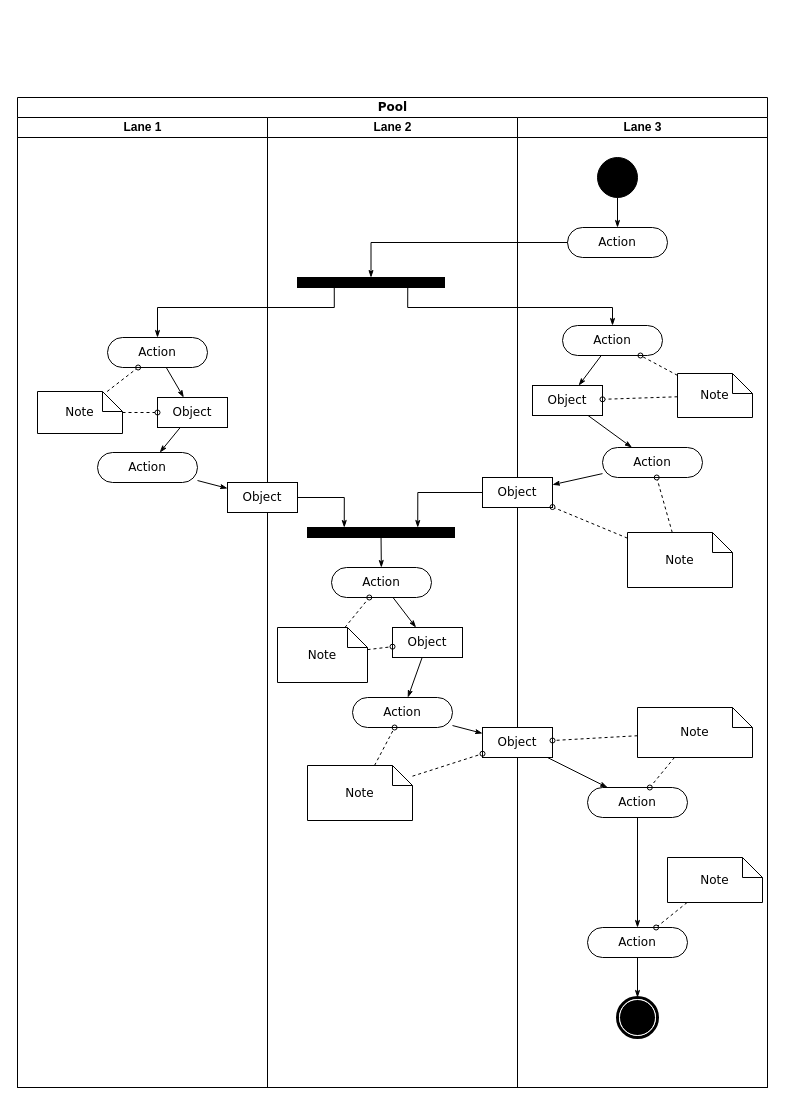
Before: Untitled Diagram.drawio in goroyo59/test, a draw.io diagram. Source tidied: cells renumbered, new cells numbered last; positions are measured from the earlier drawing's top-left corner, leaving out a move shared by most shapes. Both pictures are drawn from the tidied source at 100%, with x=0, y=0 at pixel (17, 97).
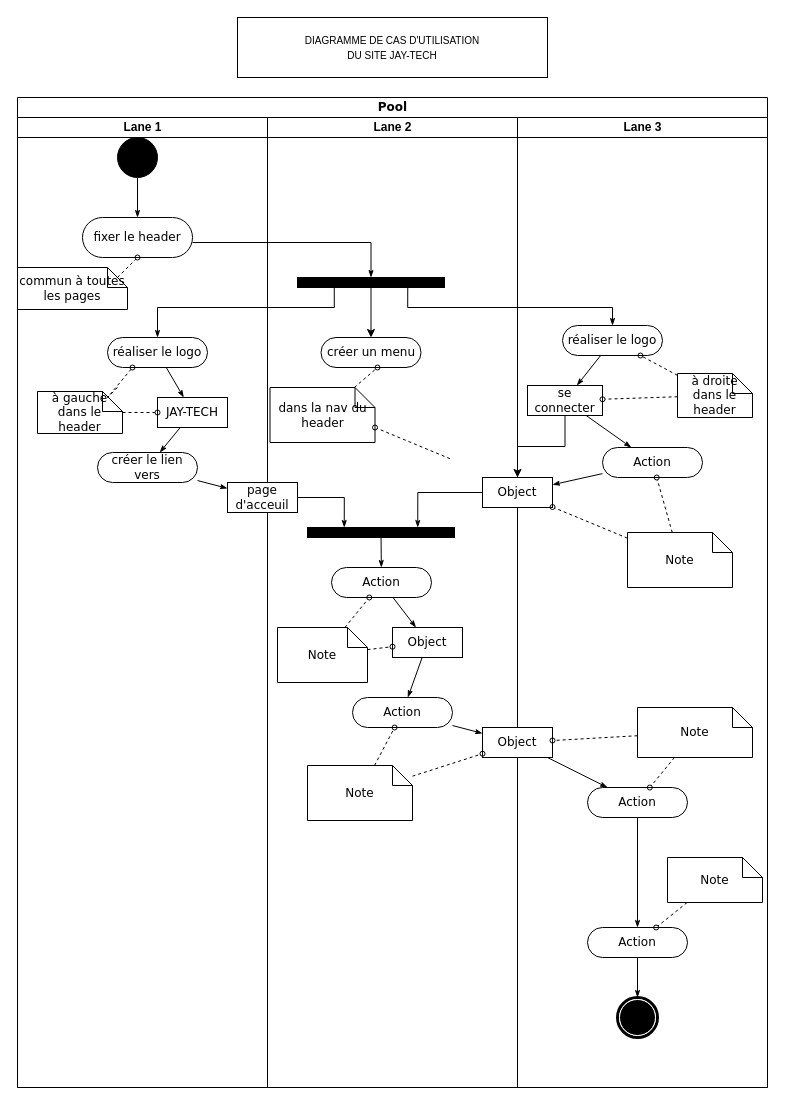
The same diagram, later.

Unchanged cells that the change refers to:
```xml
<mxCell id="3" value="Lane 1" style="swimlane;html=1;startSize=20;" parent="2" vertex="1">
  <mxGeometry y="20" width="250" height="970" as="geometry" />
</mxCell>
<mxCell id="12" value="Lane 2" style="swimlane;html=1;startSize=20;" parent="2" vertex="1">
  <mxGeometry x="250" y="20" width="250" height="970" as="geometry" />
</mxCell>
<mxCell id="13" style="whiteSpace=wrap;html=1;rounded=0;shadow=0;comic=0;labelBackgroundColor=none;strokeWidth=1;fillColor=#000000;fontFamily=Verdana;fontSize=12;align=center;rotation=0;" parent="12" vertex="1">
  <mxGeometry x="30" y="160" width="147" height="10" as="geometry" />
</mxCell>
<mxCell id="28" value="Lane 3" style="swimlane;html=1;startSize=20;" parent="2" vertex="1">
  <mxGeometry x="500" y="20" width="250" height="970" as="geometry" />
</mxCell>
<mxCell id="38" value="Object" style="rounded=0;whiteSpace=wrap;html=1;shadow=0;comic=0;labelBackgroundColor=none;strokeWidth=1;fontFamily=Verdana;fontSize=12;align=center;arcSize=50;" parent="28" vertex="1">
  <mxGeometry x="-35" y="360" width="70" height="30" as="geometry" />
</mxCell>
```

Change to the diagram source:
```diff
@@
-    <mxCell id="5" value="Action" style="rounded=1;whiteSpace=wrap;html=1;shadow=0;comic=0;labelBackgroundColor=none;strokeWidth=1;fontFamily=Verdana;fontSize=12;align=center;arcSize=50;" parent="3" vertex="1">
+    <mxCell id="5" value="réaliser le logo " style="rounded=1;whiteSpace=wrap;html=1;shadow=0;comic=0;labelBackgroundColor=none;strokeWidth=1;fontFamily=Verdana;fontSize=12;align=center;arcSize=50;" parent="3" vertex="1">
       <mxGeometry x="90" y="220" width="100" height="30" as="geometry" />
     </mxCell>
-    <mxCell id="6" value="Action" style="rounded=1;whiteSpace=wrap;html=1;shadow=0;comic=0;labelBackgroundColor=none;strokeWidth=1;fontFamily=Verdana;fontSize=12;align=center;arcSize=50;" parent="3" vertex="1">
+    <mxCell id="6" value="créer le lien vers" style="rounded=1;whiteSpace=wrap;html=1;shadow=0;comic=0;labelBackgroundColor=none;strokeWidth=1;fontFamily=Verdana;fontSize=12;align=center;arcSize=50;" parent="3" vertex="1">
       <mxGeometry x="80" y="335" width="100" height="30" as="geometry" />
     </mxCell>
@@
-    <mxCell id="8" value="Object" style="rounded=0;whiteSpace=wrap;html=1;shadow=0;comic=0;labelBackgroundColor=none;strokeWidth=1;fontFamily=Verdana;fontSize=12;align=center;arcSize=50;" parent="3" vertex="1">
+    <mxCell id="8" value="JAY-TECH" style="rounded=0;whiteSpace=wrap;html=1;shadow=0;comic=0;labelBackgroundColor=none;strokeWidth=1;fontFamily=Verdana;fontSize=12;align=center;arcSize=50;" parent="3" vertex="1">
       <mxGeometry x="140" y="280" width="70" height="30" as="geometry" />
     </mxCell>
-    <mxCell id="9" style="edgeStyle=none;rounded=0;html=1;labelBackgroundColor=none;startArrow=none;startFill=0;startSize=5;endArrow=oval;endFill=0;endSize=5;jettySize=auto;strokeWidth=1;fontFamily=Verdana;fontSize=12;dashed=1;" parent="3" edge="1" source="11" target="5">
-      <mxGeometry relative="1" as="geometry" />
-    </mxCell>
@@
-    <mxCell id="11" value="Note" style="shape=note;whiteSpace=wrap;html=1;rounded=0;shadow=0;comic=0;labelBackgroundColor=none;strokeWidth=1;fontFamily=Verdana;fontSize=12;align=center;size=20;" parent="3" vertex="1">
+    <mxCell id="11" value="à gauche dans le header" style="shape=note;whiteSpace=wrap;html=1;rounded=0;shadow=0;comic=0;labelBackgroundColor=none;strokeWidth=1;fontFamily=Verdana;fontSize=12;align=center;size=20;" parent="3" vertex="1">
       <mxGeometry x="20" y="274" width="85" height="42" as="geometry" />
     </mxCell>
+    <mxCell id="30" style="ellipse;whiteSpace=wrap;html=1;rounded=0;shadow=0;comic=0;labelBackgroundColor=none;strokeWidth=1;fillColor=#000000;fontFamily=Verdana;fontSize=12;align=center;" parent="3" vertex="1">
+      <mxGeometry x="100" y="20" width="40" height="40" as="geometry" />
+    </mxCell>
+    <mxCell id="31" value="fixer le header" style="rounded=1;whiteSpace=wrap;html=1;shadow=0;comic=0;labelBackgroundColor=none;strokeWidth=1;fontFamily=Verdana;fontSize=12;align=center;arcSize=50;" parent="3" vertex="1">
+      <mxGeometry x="65" y="100" width="110" height="40" as="geometry" />
+    </mxCell>
+    <mxCell id="29" style="edgeStyle=orthogonalEdgeStyle;rounded=0;html=1;labelBackgroundColor=none;startArrow=none;startFill=0;startSize=5;endArrow=classicThin;endFill=1;endSize=5;jettySize=auto;strokeWidth=1;fontFamily=Verdana;fontSize=12;" parent="3" edge="1" source="30" target="31">
+      <mxGeometry relative="1" as="geometry" />
+    </mxCell>
+    <mxCell id="64" value="commun à toutes les pages" style="shape=note;whiteSpace=wrap;html=1;rounded=0;shadow=0;comic=0;labelBackgroundColor=none;strokeWidth=1;fontFamily=Verdana;fontSize=12;align=center;size=20;" parent="3" vertex="1">
+      <mxGeometry y="150" width="110" height="42" as="geometry" />
+    </mxCell>
@@
-    <mxCell id="19" value="Object" style="rounded=0;whiteSpace=wrap;html=1;shadow=0;comic=0;labelBackgroundColor=none;strokeWidth=1;fontFamily=Verdana;fontSize=12;align=center;arcSize=50;" parent="12" vertex="1">
+    <mxCell id="19" value="page d'acceuil" style="rounded=0;whiteSpace=wrap;html=1;shadow=0;comic=0;labelBackgroundColor=none;strokeWidth=1;fontFamily=Verdana;fontSize=12;align=center;arcSize=50;" parent="12" vertex="1">
       <mxGeometry x="-40" y="365" width="70" height="30" as="geometry" />
     </mxCell>
@@
+    <mxCell id="65" value="créer un menu" style="rounded=1;whiteSpace=wrap;html=1;shadow=0;comic=0;labelBackgroundColor=none;strokeWidth=1;fontFamily=Verdana;fontSize=12;align=center;arcSize=50;" parent="12" vertex="1">
+      <mxGeometry x="53.5" y="220" width="100" height="30" as="geometry" />
+    </mxCell>
+    <mxCell id="66" style="endArrow=classic;html=1;exitX=0.5;exitY=1;exitDx=0;exitDy=0;entryX=0.5;entryY=0;entryDx=0;entryDy=0;" parent="12" edge="1" source="13" target="65">
+      <mxGeometry relative="1" as="geometry" />
+    </mxCell>
+    <mxCell id="67" value="dans la nav du header" style="shape=note;whiteSpace=wrap;html=1;rounded=0;shadow=0;comic=0;labelBackgroundColor=none;strokeWidth=1;fontFamily=Verdana;fontSize=12;align=center;size=20;" parent="12" vertex="1">
+      <mxGeometry x="2.5" y="270" width="105" height="55" as="geometry" />
+    </mxCell>
+    <mxCell id="68" style="edgeStyle=none;rounded=0;html=1;dashed=1;labelBackgroundColor=none;startArrow=none;startFill=0;startSize=5;endArrow=oval;endFill=0;endSize=5;jettySize=auto;orthogonalLoop=1;strokeWidth=1;fontFamily=Verdana;fontSize=12;" parent="12" edge="1">
+      <mxGeometry relative="1" as="geometry">
+        <mxPoint x="182.5" y="341.2" as="sourcePoint" />
+        <mxPoint x="107.5" y="310" as="targetPoint" />
+      </mxGeometry>
+    </mxCell>
@@
-    <mxCell id="29" style="edgeStyle=orthogonalEdgeStyle;rounded=0;html=1;labelBackgroundColor=none;startArrow=none;startFill=0;startSize=5;endArrow=classicThin;endFill=1;endSize=5;jettySize=auto;strokeWidth=1;fontFamily=Verdana;fontSize=12;" parent="28" edge="1" source="30" target="31">
-      <mxGeometry relative="1" as="geometry" />
-    </mxCell>
-    <mxCell id="30" style="ellipse;whiteSpace=wrap;html=1;rounded=0;shadow=0;comic=0;labelBackgroundColor=none;strokeWidth=1;fillColor=#000000;fontFamily=Verdana;fontSize=12;align=center;" parent="28" vertex="1">
-      <mxGeometry x="80" y="40" width="40" height="40" as="geometry" />
-    </mxCell>
-    <mxCell id="31" value="Action" style="rounded=1;whiteSpace=wrap;html=1;shadow=0;comic=0;labelBackgroundColor=none;strokeWidth=1;fontFamily=Verdana;fontSize=12;align=center;arcSize=50;" parent="28" vertex="1">
-      <mxGeometry x="50" y="110" width="100" height="30" as="geometry" />
-    </mxCell>
@@
-    <mxCell id="33" value="Action" style="rounded=1;whiteSpace=wrap;html=1;shadow=0;comic=0;labelBackgroundColor=none;strokeWidth=1;fontFamily=Verdana;fontSize=12;align=center;arcSize=50;" parent="28" vertex="1">
+    <mxCell id="33" value="réaliser le logo" style="rounded=1;whiteSpace=wrap;html=1;shadow=0;comic=0;labelBackgroundColor=none;strokeWidth=1;fontFamily=Verdana;fontSize=12;align=center;arcSize=50;" parent="28" vertex="1">
       <mxGeometry x="45" y="208" width="100" height="30" as="geometry" />
     </mxCell>
@@
+    <mxCell id="69" style="edgeStyle=orthogonalEdgeStyle;rounded=0;jettySize=auto;html=1;" parent="28" edge="1" source="37" target="38">
+      <mxGeometry relative="1" as="geometry" />
+    </mxCell>
-    <mxCell id="37" value="Object" style="rounded=0;whiteSpace=wrap;html=1;shadow=0;comic=0;labelBackgroundColor=none;strokeWidth=1;fontFamily=Verdana;fontSize=12;align=center;arcSize=50;" parent="28" vertex="1">
-      <mxGeometry x="15" y="268" width="70" height="30" as="geometry" />
+    <mxCell id="37" value="se connecter" style="rounded=0;whiteSpace=wrap;html=1;shadow=0;comic=0;labelBackgroundColor=none;strokeWidth=1;fontFamily=Verdana;fontSize=12;align=center;arcSize=50;" parent="28" vertex="1">
+      <mxGeometry x="10" y="268" width="75" height="30" as="geometry" />
     </mxCell>
@@
-    <mxCell id="48" value="Note" style="shape=note;whiteSpace=wrap;html=1;rounded=0;shadow=0;comic=0;labelBackgroundColor=none;strokeWidth=1;fontFamily=Verdana;fontSize=12;align=center;size=20;" parent="28" vertex="1">
+    <mxCell id="48" value="à droite dans le header" style="shape=note;whiteSpace=wrap;html=1;rounded=0;shadow=0;comic=0;labelBackgroundColor=none;strokeWidth=1;fontFamily=Verdana;fontSize=12;align=center;size=20;" parent="28" vertex="1">
       <mxGeometry x="160" y="256" width="75" height="44" as="geometry" />
     </mxCell>
@@
+    <mxCell id="70" value="&lt;div&gt;&lt;font size=&quot;1&quot;&gt;DIAGRAMME DE CAS D'UTILISATION&lt;/font&gt;&lt;/div&gt;&lt;div&gt;&lt;font size=&quot;1&quot;&gt;DU SITE JAY-TECH&lt;br&gt;&lt;/font&gt;&lt;/div&gt;" style="rounded=0;whiteSpace=wrap;html=1;" parent="1" vertex="1">
+      <mxGeometry x="220" y="-80" width="310" height="60" as="geometry" />
+    </mxCell>
+    <mxCell id="71" style="edgeStyle=none;rounded=0;html=1;dashed=1;labelBackgroundColor=none;startArrow=none;startFill=0;startSize=5;endArrow=oval;endFill=0;endSize=5;jettySize=auto;strokeWidth=1;fontFamily=Verdana;fontSize=12;entryX=0.25;entryY=1;entryDx=0;entryDy=0;" parent="1" edge="1" target="5">
+      <mxGeometry relative="1" as="geometry">
+        <mxPoint x="100" y="290" as="sourcePoint" />
+        <Array as="points">
+          <mxPoint x="90" y="300" />
+        </Array>
+      </mxGeometry>
+    </mxCell>
+    <mxCell id="72" style="edgeStyle=none;rounded=0;html=1;dashed=1;labelBackgroundColor=none;startArrow=none;startFill=0;startSize=5;endArrow=oval;endFill=0;endSize=5;jettySize=auto;strokeWidth=1;fontFamily=Verdana;fontSize=12;entryX=0.5;entryY=1;entryDx=0;entryDy=0;" parent="1" edge="1" target="31">
+      <mxGeometry relative="1" as="geometry">
+        <mxPoint x="100" y="180" as="sourcePoint" />
+      </mxGeometry>
+    </mxCell>
+    <mxCell id="73" style="edgeStyle=none;rounded=0;html=1;dashed=1;labelBackgroundColor=none;startArrow=none;startFill=0;startSize=5;endArrow=oval;endFill=0;endSize=5;jettySize=auto;strokeWidth=1;fontFamily=Verdana;fontSize=12;" parent="1" edge="1" source="67">
+      <mxGeometry relative="1" as="geometry">
+        <mxPoint x="360" y="270" as="targetPoint" />
+      </mxGeometry>
+    </mxCell>
```
